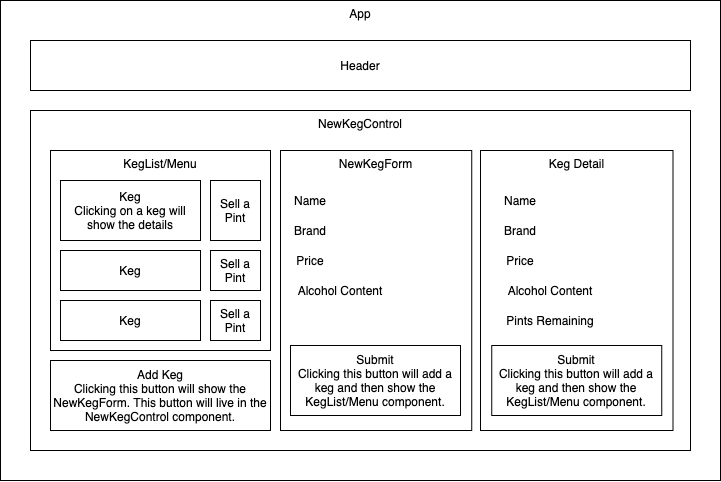
The draw.io diagram Tap-Room.png in CristinaPlesa/Tap-Room-Redux, before a commit. Source tidied: cells renumbered, new cells last; positions are measured from the earlier drawing's top-left corner, leaving out a move shared by most shapes. Source of this version:
```xml
<mxGraphModel>
  <root>
    <mxCell id="0" />
    <mxCell id="1" parent="0" />
    <mxCell id="2" value="App&lt;br&gt;" style="rounded=0;whiteSpace=wrap;html=1;verticalAlign=top;" parent="1" vertex="1">
      <mxGeometry width="720" height="480" as="geometry" />
    </mxCell>
    <mxCell id="3" value="Header" style="rounded=0;whiteSpace=wrap;html=1;verticalAlign=middle;" parent="1" vertex="1">
      <mxGeometry x="30" y="40" width="660" height="50" as="geometry" />
    </mxCell>
    <mxCell id="4" value="NewKegControl" style="rounded=0;whiteSpace=wrap;html=1;verticalAlign=top;" parent="1" vertex="1">
      <mxGeometry x="30" y="110" width="660" height="340" as="geometry" />
    </mxCell>
    <mxCell id="5" value="KegList/Menu" style="rounded=0;whiteSpace=wrap;html=1;verticalAlign=top;" parent="1" vertex="1">
      <mxGeometry x="50" y="150" width="220" height="200" as="geometry" />
    </mxCell>
    <mxCell id="6" value="NewKegForm" style="rounded=0;whiteSpace=wrap;html=1;verticalAlign=top;" parent="1" vertex="1">
      <mxGeometry x="280" y="150" width="191.2" height="280" as="geometry" />
    </mxCell>
    <mxCell id="7" value="Keg Detail" style="rounded=0;whiteSpace=wrap;html=1;verticalAlign=top;" parent="1" vertex="1">
      <mxGeometry x="480" y="150" width="192.5" height="280" as="geometry" />
    </mxCell>
    <mxCell id="8" value="Keg&lt;br&gt;Clicking on a keg will show the details" style="rounded=0;whiteSpace=wrap;html=1;verticalAlign=middle;" parent="1" vertex="1">
      <mxGeometry x="60" y="180" width="140" height="60" as="geometry" />
    </mxCell>
    <mxCell id="9" value="Keg" style="rounded=0;whiteSpace=wrap;html=1;verticalAlign=middle;" parent="1" vertex="1">
      <mxGeometry x="60" y="250" width="140" height="40" as="geometry" />
    </mxCell>
    <mxCell id="10" value="Keg" style="rounded=0;whiteSpace=wrap;html=1;verticalAlign=middle;" parent="1" vertex="1">
      <mxGeometry x="60" y="300" width="140" height="40" as="geometry" />
    </mxCell>
    <mxCell id="11" value="Add Keg&lt;br&gt;Clicking this button will show the NewKegForm. This button will live in the NewKegControl component." style="rounded=0;whiteSpace=wrap;html=1;verticalAlign=middle;" parent="1" vertex="1">
      <mxGeometry x="50" y="360" width="220" height="70" as="geometry" />
    </mxCell>
    <mxCell id="12" value="Submit&lt;br&gt;Clicking this button will add a keg and then show the KegList/Menu component." style="rounded=0;whiteSpace=wrap;html=1;verticalAlign=middle;" parent="1" vertex="1">
      <mxGeometry x="290" y="345" width="170" height="70" as="geometry" />
    </mxCell>
    <mxCell id="13" value="Name" style="text;html=1;strokeColor=none;fillColor=none;align=center;verticalAlign=middle;whiteSpace=wrap;rounded=0;" parent="1" vertex="1">
      <mxGeometry x="290" y="190" width="40" height="20" as="geometry" />
    </mxCell>
    <mxCell id="14" value="Brand" style="text;html=1;strokeColor=none;fillColor=none;align=center;verticalAlign=middle;whiteSpace=wrap;rounded=0;" parent="1" vertex="1">
      <mxGeometry x="290" y="220" width="40" height="20" as="geometry" />
    </mxCell>
    <mxCell id="15" value="Price" style="text;html=1;strokeColor=none;fillColor=none;align=center;verticalAlign=middle;whiteSpace=wrap;rounded=0;" parent="1" vertex="1">
      <mxGeometry x="290" y="250" width="40" height="20" as="geometry" />
    </mxCell>
    <mxCell id="16" value="Alcohol Content" style="text;html=1;strokeColor=none;fillColor=none;align=center;verticalAlign=middle;whiteSpace=wrap;rounded=0;" parent="1" vertex="1">
      <mxGeometry x="290" y="280" width="100" height="20" as="geometry" />
    </mxCell>
    <mxCell id="17" value="Submit&lt;br&gt;Clicking this button will add a keg and then show the KegList/Menu component." style="rounded=0;whiteSpace=wrap;html=1;verticalAlign=middle;" parent="1" vertex="1">
      <mxGeometry x="491.2" y="345" width="170" height="70" as="geometry" />
    </mxCell>
    <mxCell id="18" value="Name" style="text;html=1;strokeColor=none;fillColor=none;align=center;verticalAlign=middle;whiteSpace=wrap;rounded=0;" parent="1" vertex="1">
      <mxGeometry x="500" y="190" width="40" height="20" as="geometry" />
    </mxCell>
    <mxCell id="19" value="Brand" style="text;html=1;strokeColor=none;fillColor=none;align=center;verticalAlign=middle;whiteSpace=wrap;rounded=0;" parent="1" vertex="1">
      <mxGeometry x="500" y="220" width="40" height="20" as="geometry" />
    </mxCell>
    <mxCell id="20" value="Price" style="text;html=1;strokeColor=none;fillColor=none;align=center;verticalAlign=middle;whiteSpace=wrap;rounded=0;" parent="1" vertex="1">
      <mxGeometry x="500" y="250" width="40" height="20" as="geometry" />
    </mxCell>
    <mxCell id="21" value="Alcohol Content" style="text;html=1;strokeColor=none;fillColor=none;align=center;verticalAlign=middle;whiteSpace=wrap;rounded=0;" parent="1" vertex="1">
      <mxGeometry x="500" y="280" width="100" height="20" as="geometry" />
    </mxCell>
    <mxCell id="22" value="Pints Remaining" style="text;html=1;strokeColor=none;fillColor=none;align=center;verticalAlign=middle;whiteSpace=wrap;rounded=0;" parent="1" vertex="1">
      <mxGeometry x="500" y="310" width="100" height="20" as="geometry" />
    </mxCell>
    <mxCell id="23" value="Sell a Pint" style="rounded=0;whiteSpace=wrap;html=1;verticalAlign=middle;" parent="1" vertex="1">
      <mxGeometry x="210" y="180" width="50" height="60" as="geometry" />
    </mxCell>
    <mxCell id="24" value="Sell a Pint" style="rounded=0;whiteSpace=wrap;html=1;verticalAlign=middle;" parent="1" vertex="1">
      <mxGeometry x="210" y="250" width="50" height="40" as="geometry" />
    </mxCell>
    <mxCell id="25" value="Sell a Pint" style="rounded=0;whiteSpace=wrap;html=1;verticalAlign=middle;" parent="1" vertex="1">
      <mxGeometry x="210" y="300" width="50" height="40" as="geometry" />
    </mxCell>
  </root>
</mxGraphModel>
```
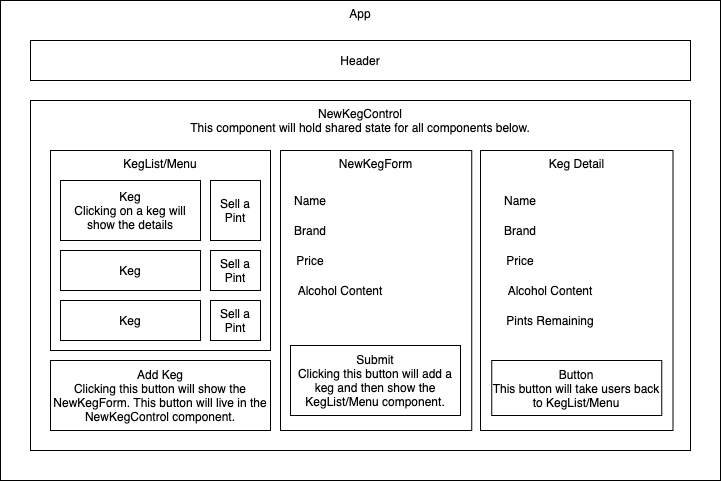
Above is the later version.

What changed in the source:
```diff
@@ -6,10 +6,10 @@
       <mxGeometry width="720" height="480" as="geometry" />
     </mxCell>
     <mxCell id="3" value="Header" style="rounded=0;whiteSpace=wrap;html=1;verticalAlign=middle;" parent="1" vertex="1">
-      <mxGeometry x="30" y="40" width="660" height="50" as="geometry" />
+      <mxGeometry x="30" y="40" width="660" height="40" as="geometry" />
     </mxCell>
-    <mxCell id="4" value="NewKegControl" style="rounded=0;whiteSpace=wrap;html=1;verticalAlign=top;" parent="1" vertex="1">
-      <mxGeometry x="30" y="110" width="660" height="340" as="geometry" />
+    <mxCell id="4" value="NewKegControl&lt;br&gt;This component will hold shared state for all components below." style="rounded=0;whiteSpace=wrap;html=1;verticalAlign=top;" parent="1" vertex="1">
+      <mxGeometry x="30" y="100" width="660" height="350" as="geometry" />
     </mxCell>
     <mxCell id="5" value="KegList/Menu" style="rounded=0;whiteSpace=wrap;html=1;verticalAlign=top;" parent="1" vertex="1">
       <mxGeometry x="50" y="150" width="220" height="200" as="geometry" />
@@ -47,8 +47,8 @@
     <mxCell id="16" value="Alcohol Content" style="text;html=1;strokeColor=none;fillColor=none;align=center;verticalAlign=middle;whiteSpace=wrap;rounded=0;" parent="1" vertex="1">
       <mxGeometry x="290" y="280" width="100" height="20" as="geometry" />
     </mxCell>
-    <mxCell id="17" value="Submit&lt;br&gt;Clicking this button will add a keg and then show the KegList/Menu component." style="rounded=0;whiteSpace=wrap;html=1;verticalAlign=middle;" parent="1" vertex="1">
-      <mxGeometry x="491.2" y="345" width="170" height="70" as="geometry" />
+    <mxCell id="17" value="Button&lt;br&gt;This button will take users back to KegList/Menu" style="rounded=0;whiteSpace=wrap;html=1;verticalAlign=middle;" parent="1" vertex="1">
+      <mxGeometry x="491.2" y="360" width="170" height="55" as="geometry" />
     </mxCell>
     <mxCell id="18" value="Name" style="text;html=1;strokeColor=none;fillColor=none;align=center;verticalAlign=middle;whiteSpace=wrap;rounded=0;" parent="1" vertex="1">
       <mxGeometry x="500" y="190" width="40" height="20" as="geometry" />
```
